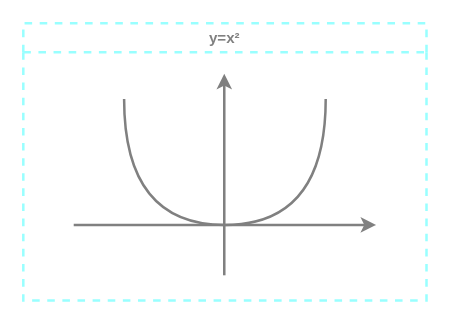
Earlier version of the draw.io diagram page "y=x*x" (2 of 6) of static/img/bpnn/bpnn.drawio (CollapseNav/CollapseNav.Net.Tool-Doc). Source tidied: cells renumbered, new cells numbered last; positions are measured from the earlier drawing's top-left corner, leaving out a move shared by most shapes. Both pictures are drawn from the tidied source at 126%, with x=0, y=0 at pixel (23, 23).
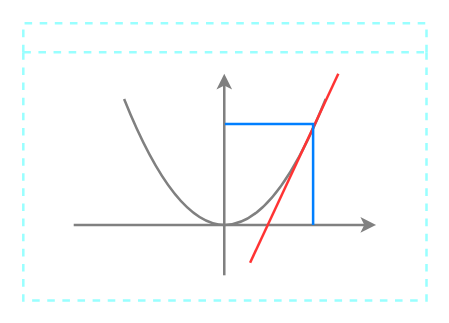
Above is the later version.

The edit, as a diff of the source:
```diff
@@
 <mxGraphModel>
   <root>
     <mxCell id="0" />
     <mxCell id="1" parent="0" />
-    <mxCell id="2" value="y=x²" style="swimlane;whiteSpace=wrap;html=1;fontColor=#808080;dashed=1;strokeColor=#99FFFF;strokeWidth=2;fillColor=none;" parent="1" vertex="1">
+    <mxCell id="2" style="swimlane;whiteSpace=wrap;html=1;fontColor=#808080;dashed=1;strokeColor=#99FFFF;strokeWidth=2;fillColor=none;" parent="1" vertex="1">
       <mxGeometry width="320" height="220" as="geometry" />
     </mxCell>
     <mxCell id="3" style="endArrow=classic;html=1;fontColor=#808080;strokeColor=#808080;strokeWidth=2;" parent="2" edge="1">
       <mxGeometry relative="1" as="geometry">
         <mxPoint x="40" y="160" as="sourcePoint" />
         <mxPoint x="280" y="160" as="targetPoint" />
       </mxGeometry>
     </mxCell>
-    <mxCell id="4" style="endArrow=none;html=1;strokeColor=#808080;strokeWidth=2;fontColor=#808080;edgeStyle=orthogonalEdgeStyle;elbow=vertical;curved=1;" parent="2" edge="1">
+    <mxCell id="4" style="endArrow=none;html=1;strokeColor=#808080;strokeWidth=2;fontColor=#808080;elbow=vertical;curved=1;" parent="2" edge="1">
       <mxGeometry relative="1" as="geometry">
         <mxPoint x="80" y="60" as="sourcePoint" />
         <mxPoint x="240" y="60" as="targetPoint" />
         <Array as="points">
-          <mxPoint x="80" y="160" />
-          <mxPoint x="240" y="160" />
+          <mxPoint x="160" y="260" />
         </Array>
       </mxGeometry>
     </mxCell>
     <mxCell id="5" style="endArrow=classic;html=1;strokeColor=#808080;strokeWidth=2;fontColor=#808080;" parent="2" edge="1">
       <mxGeometry relative="1" as="geometry">
         <mxPoint x="159.5" y="200" as="sourcePoint" />
         <mxPoint x="159.5" y="40" as="targetPoint" />
       </mxGeometry>
     </mxCell>
+    <mxCell id="6" style="endArrow=none;html=1;rounded=0;strokeColor=#FF3333;elbow=vertical;endFill=0;strokeWidth=2;" parent="2" edge="1">
+      <mxGeometry relative="1" as="geometry">
+        <mxPoint x="250" y="40" as="sourcePoint" />
+        <mxPoint x="180" y="190" as="targetPoint" />
+      </mxGeometry>
+    </mxCell>
+    <mxCell id="7" style="endArrow=none;html=1;fillColor=#008a00;strokeColor=#007FFF;edgeStyle=elbowEdgeStyle;elbow=vertical;rounded=0;strokeWidth=2;" parent="2" edge="1">
+      <mxGeometry relative="1" as="geometry">
+        <mxPoint x="230" y="160" as="sourcePoint" />
+        <mxPoint x="160" y="80" as="targetPoint" />
+        <Array as="points">
+          <mxPoint x="200" y="80" />
+        </Array>
+      </mxGeometry>
+    </mxCell>
   </root>
 </mxGraphModel>
```
